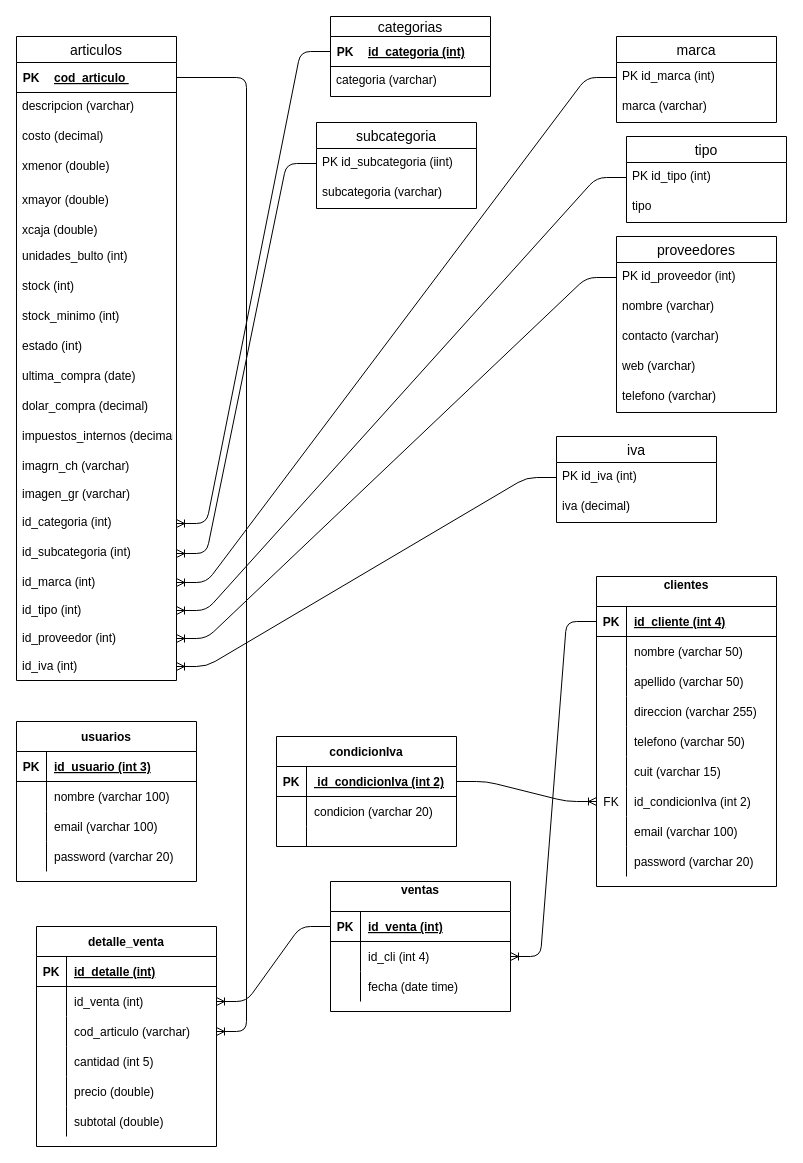
The draw.io diagram BaseLocal.drawio in VeronicaMonzon/PHP, before the edit. Source tidied: cells renumbered, new cells numbered last; positions are measured from the earlier drawing's top-left corner, leaving out a move shared by most shapes. Both pictures are drawn from the tidied source at 100%, with x=0, y=0 at pixel (16, 16).
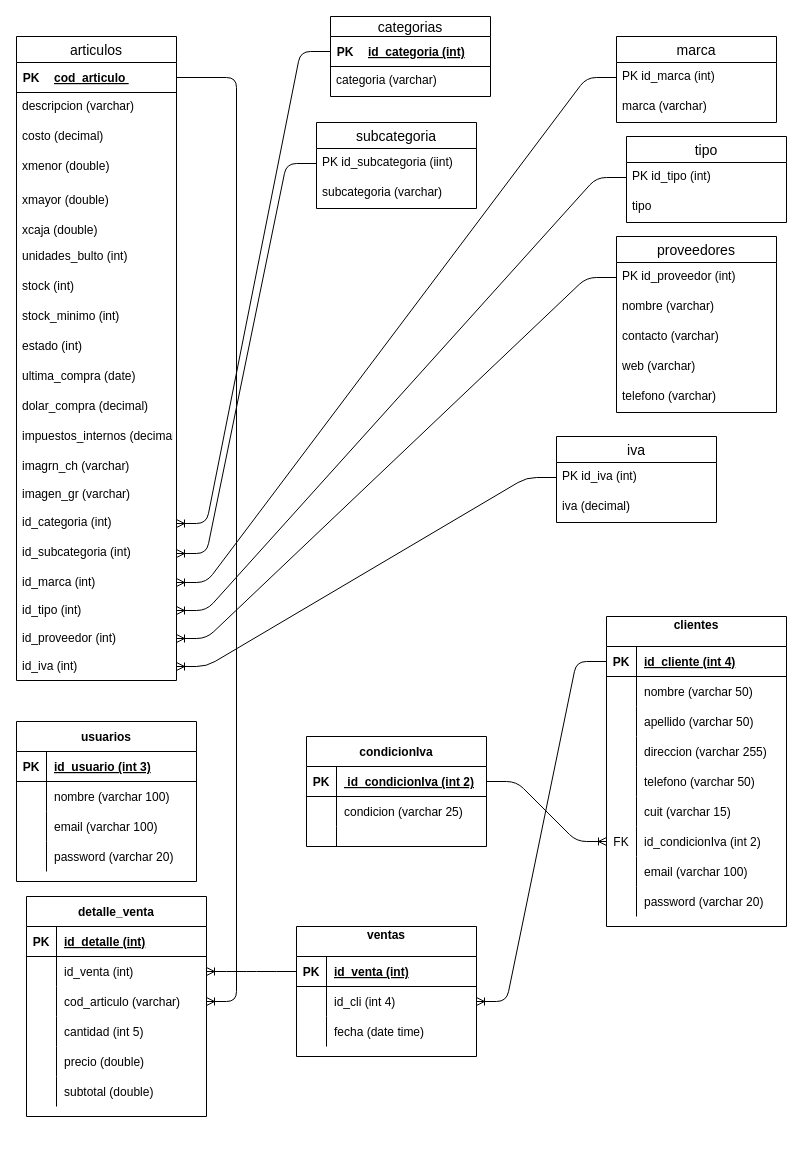
Above is the later version.

Unchanged cells that the change refers to:
```xml
<mxCell id="96" style="shape=partialRectangle;fillColor=none;top=0;left=0;bottom=0;right=0;" parent="92" vertex="1">
  <mxGeometry y="60" width="180" height="30" as="geometry" />
</mxCell>
```

Diff of the diagram source:
```diff
@@
     <mxCell id="64" value="clientes&#10;" style="shape=table;startSize=30;childLayout=tableLayout;rowLines=0;fontStyle=1;align=center;" parent="1" vertex="1">
-      <mxGeometry x="580" y="560" width="180" height="310" as="geometry" />
+      <mxGeometry x="590" y="600" width="180" height="310" as="geometry" />
     </mxCell>
@@
     <mxCell id="92" value="condicionIva" style="shape=table;startSize=30;childLayout=tableLayout;rowLines=0;fontStyle=1;align=center;" parent="1" vertex="1">
-      <mxGeometry x="260" y="720" width="180" height="110" as="geometry" />
+      <mxGeometry x="290" y="720" width="180" height="110" as="geometry" />
     </mxCell>
@@
-    <mxCell id="98" value="condicion (varchar 20)" style="shape=partialRectangle;fillColor=none;top=0;left=0;bottom=0;right=0;align=left;spacingLeft=6;overflow=hidden;" parent="96" vertex="1">
+    <mxCell id="98" value="condicion (varchar 25)" style="shape=partialRectangle;fillColor=none;top=0;left=0;bottom=0;right=0;align=left;spacingLeft=6;overflow=hidden;" parent="96" vertex="1">
       <mxGeometry x="30" width="150" height="30" as="geometry" />
     </mxCell>
@@
     <mxCell id="109" value="ventas&#10;" style="shape=table;startSize=30;childLayout=tableLayout;rowLines=0;fontStyle=1;align=center;" parent="1" vertex="1">
-      <mxGeometry x="314" y="865" width="180" height="130" as="geometry" />
+      <mxGeometry x="280" y="910" width="180" height="130" as="geometry" />
     </mxCell>
@@
     <mxCell id="120" value="detalle_venta" style="shape=table;startSize=30;childLayout=tableLayout;rowLines=0;fontStyle=1;align=center;" parent="1" vertex="1">
-      <mxGeometry x="20" y="910" width="180" height="220" as="geometry" />
+      <mxGeometry x="10" y="880" width="180" height="220" as="geometry" />
     </mxCell>
```
